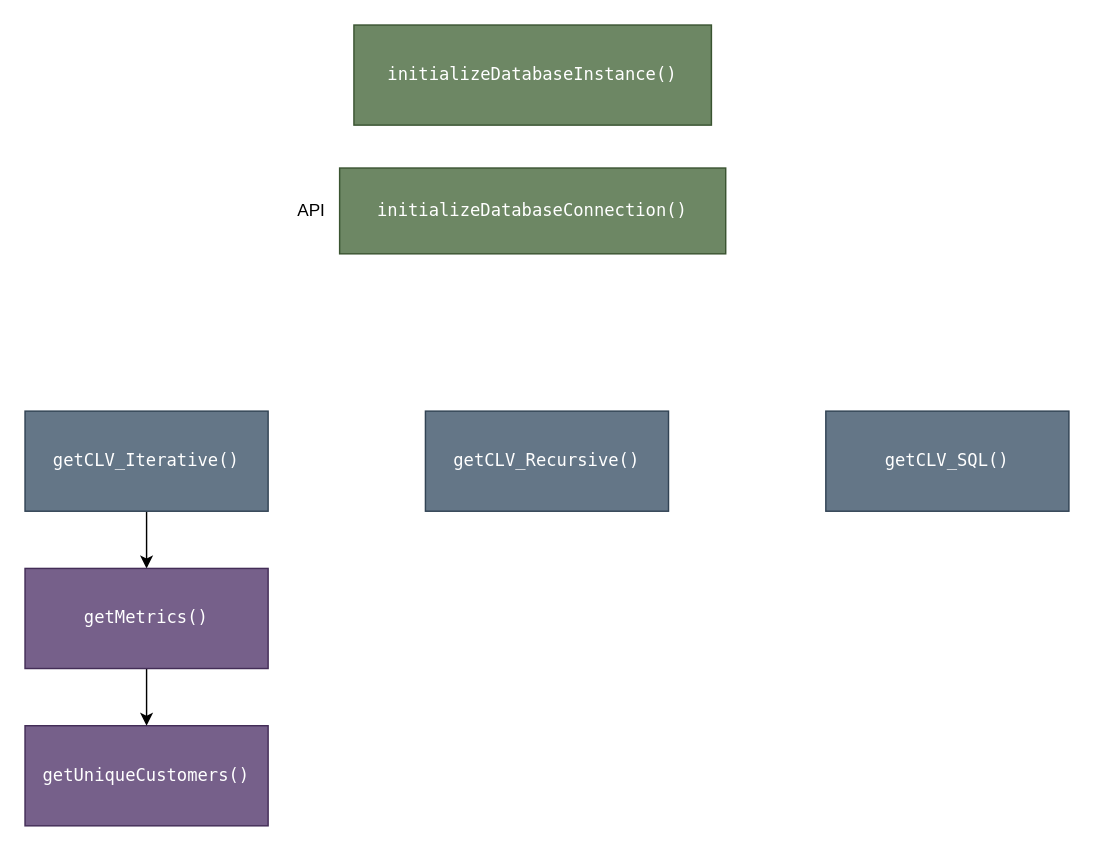
Musiik-fn/622-Final-Project keeps this draw.io diagram as Task 2/Task2_Functions.drawio. Above is the earlier version. Source tidied: cells renumbered, new cells numbered last; positions are measured from the earlier drawing's top-left corner, leaving out a move shared by most shapes. Both pictures are drawn from the tidied source at 143%, with x=0, y=0 at pixel (24, 24).
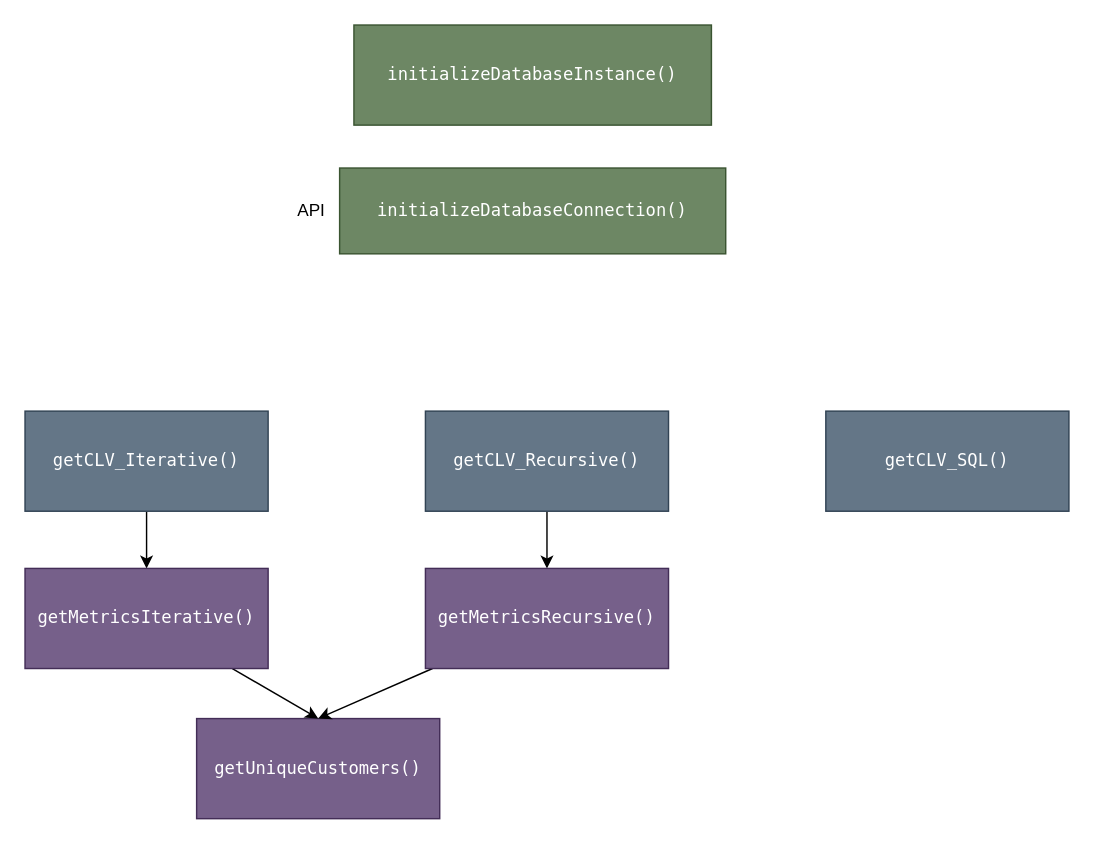
After the change.

Change to the diagram source:
```diff
@@
 <mxGraphModel>
   <root>
     <mxCell id="0" />
     <mxCell id="1" parent="0" />
     <mxCell id="2" value="&lt;font face=&quot;Lucida Console&quot;&gt;initializeDatabaseInstance()&lt;/font&gt;" style="rounded=0;whiteSpace=wrap;html=1;fillColor=#6d8764;strokeColor=#3A5431;fontColor=#ffffff;" parent="1" vertex="1">
       <mxGeometry x="230" width="250" height="70" as="geometry" />
     </mxCell>
     <mxCell id="3" style="edgeStyle=none;html=1;entryX=0.5;entryY=0;entryDx=0;entryDy=0;" parent="1" edge="1" source="4" target="9">
       <mxGeometry relative="1" as="geometry" />
     </mxCell>
     <mxCell id="4" value="&lt;font face=&quot;Lucida Console&quot;&gt;getCLV_Iterative()&lt;/font&gt;" style="rounded=0;whiteSpace=wrap;html=1;fillColor=#647687;strokeColor=#314354;fontColor=#ffffff;" parent="1" vertex="1">
       <mxGeometry y="270" width="170" height="70" as="geometry" />
     </mxCell>
+    <mxCell id="12" style="edgeStyle=none;curved=1;html=1;entryX=0.5;entryY=0;entryDx=0;entryDy=0;" parent="1" edge="1" source="5" target="14">
+      <mxGeometry relative="1" as="geometry" />
+    </mxCell>
     <mxCell id="5" value="&lt;font face=&quot;Lucida Console&quot;&gt;getCLV_Recursive()&lt;/font&gt;" style="rounded=0;whiteSpace=wrap;html=1;fillColor=#647687;strokeColor=#314354;fontColor=#ffffff;" parent="1" vertex="1">
       <mxGeometry x="280" y="270" width="170" height="70" as="geometry" />
     </mxCell>
     <mxCell id="6" value="&lt;font face=&quot;Lucida Console&quot;&gt;getCLV_SQL()&lt;/font&gt;" style="rounded=0;whiteSpace=wrap;html=1;fillColor=#647687;strokeColor=#314354;fontColor=#ffffff;" parent="1" vertex="1">
       <mxGeometry x="560" y="270" width="170" height="70" as="geometry" />
     </mxCell>
     <mxCell id="7" value="&lt;font face=&quot;Lucida Console&quot;&gt;getUniqueCustomers()&lt;/font&gt;" style="rounded=0;whiteSpace=wrap;html=1;fillColor=#76608a;strokeColor=#432D57;fontColor=#ffffff;" parent="1" vertex="1">
-      <mxGeometry y="490" width="170" height="70" as="geometry" />
+      <mxGeometry x="120" y="485" width="170" height="70" as="geometry" />
     </mxCell>
-    <mxCell id="8" style="edgeStyle=none;html=1;entryX=0.5;entryY=0;entryDx=0;entryDy=0;" parent="1" edge="1" source="9" target="7">
+    <mxCell id="8" style="edgeStyle=none;html=1;entryX=0.5;entryY=0;entryDx=0;entryDy=0;curved=1;" parent="1" edge="1" source="9" target="7">
       <mxGeometry relative="1" as="geometry" />
     </mxCell>
-    <mxCell id="9" value="&lt;font face=&quot;Lucida Console&quot;&gt;getMetrics()&lt;/font&gt;" style="rounded=0;whiteSpace=wrap;html=1;fillColor=#76608a;strokeColor=#432D57;fontColor=#ffffff;" parent="1" vertex="1">
+    <mxCell id="9" value="&lt;font face=&quot;Lucida Console&quot;&gt;getMetricsIterative()&lt;/font&gt;" style="rounded=0;whiteSpace=wrap;html=1;fillColor=#76608a;strokeColor=#432D57;fontColor=#ffffff;" parent="1" vertex="1">
       <mxGeometry y="380" width="170" height="70" as="geometry" />
     </mxCell>
     <mxCell id="10" value="&lt;font face=&quot;Lucida Console&quot;&gt;initializeDatabaseConnection()&lt;/font&gt;" style="rounded=0;whiteSpace=wrap;html=1;fillColor=#6d8764;strokeColor=#3A5431;fontColor=#ffffff;" parent="1" vertex="1">
       <mxGeometry x="220" y="100" width="270" height="60" as="geometry" />
     </mxCell>
     <mxCell id="11" value="API" style="text;html=1;align=center;verticalAlign=middle;strokeColor=none;fillColor=none;" parent="1" vertex="1">
       <mxGeometry x="180" y="115" width="40" height="30" as="geometry" />
     </mxCell>
+    <mxCell id="13" style="edgeStyle=none;html=1;entryX=0.5;entryY=0;entryDx=0;entryDy=0;" parent="1" edge="1" source="14" target="7">
+      <mxGeometry relative="1" as="geometry" />
+    </mxCell>
+    <mxCell id="14" value="&lt;font face=&quot;Lucida Console&quot;&gt;getMetricsRecursive()&lt;/font&gt;" style="rounded=0;whiteSpace=wrap;html=1;fillColor=#76608a;strokeColor=#432D57;fontColor=#ffffff;" parent="1" vertex="1">
+      <mxGeometry x="280" y="380" width="170" height="70" as="geometry" />
+    </mxCell>
   </root>
 </mxGraphModel>
```
